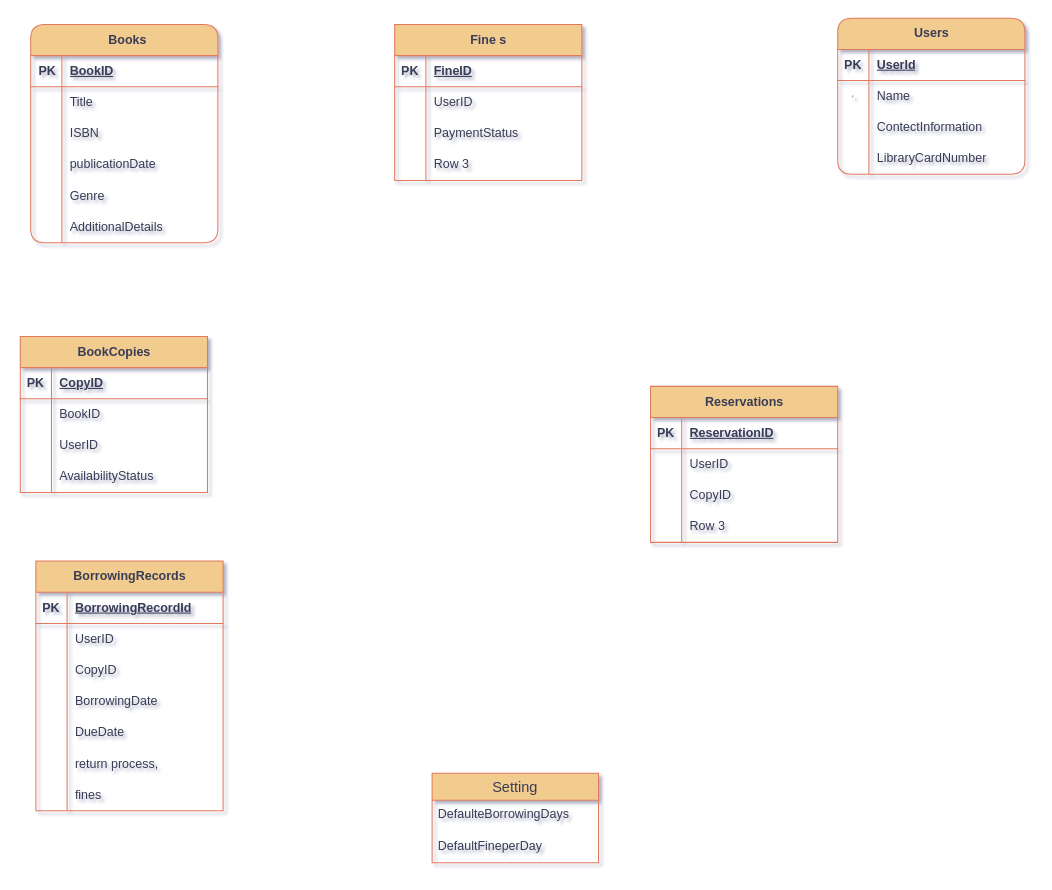
Earlier version of the draw.io diagram Library.drawio (azizadiab/DataBase). Source tidied: cells renumbered, new cells numbered last; positions are measured from the earlier drawing's top-left corner, leaving out a move shared by most shapes. Both pictures are drawn from the tidied source at 104%, with x=0, y=0 at pixel (20, 18).
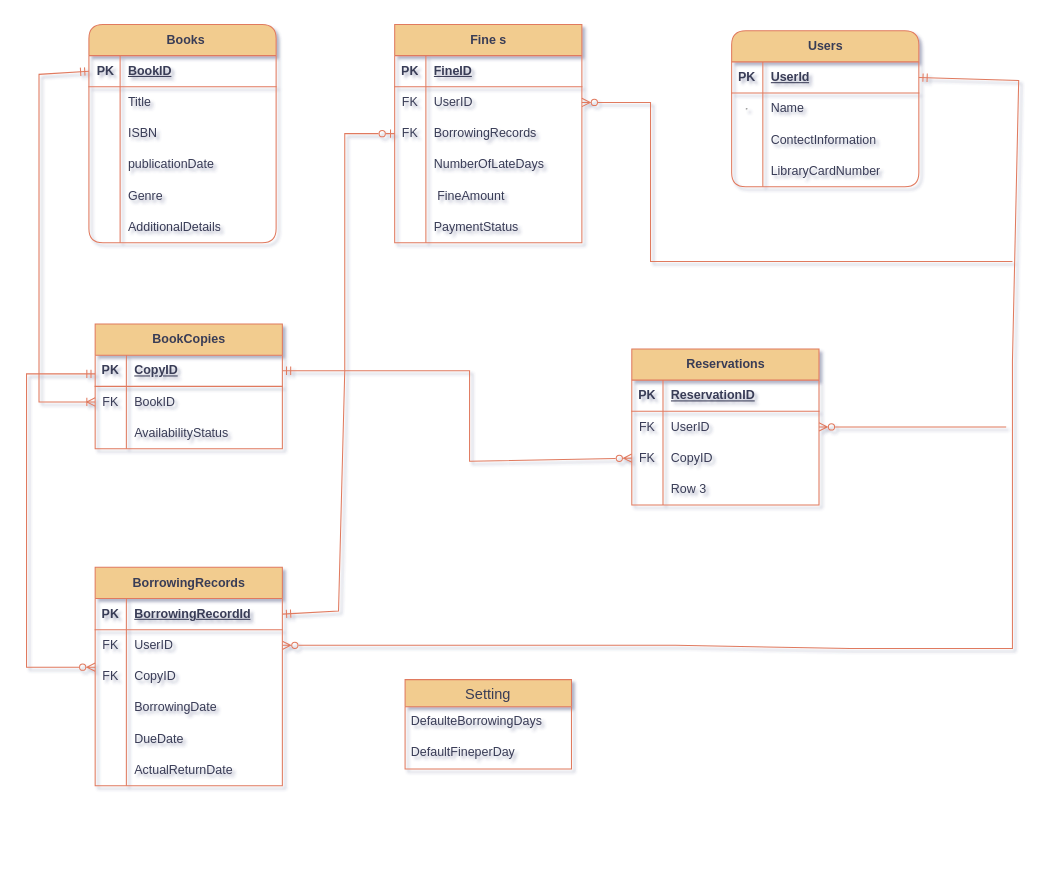
Above is the later version.

Unchanged cells that the change refers to:
```xml
<mxCell id="3" style="shape=tableRow;horizontal=0;startSize=0;swimlaneHead=0;swimlaneBody=0;fillColor=none;points=[[0,0.5],[1,0.5]];portConstraint=eastwest;top=0;left=0;right=0;bottom=1;labelBackgroundColor=none;strokeColor=#E07A5F;fontColor=#393C56;rounded=1;" parent="2" vertex="1">
  <mxGeometry y="30" width="180" height="30" as="geometry" />
</mxCell>
<mxCell id="16" style="shape=tableRow;horizontal=0;startSize=0;swimlaneHead=0;swimlaneBody=0;fillColor=none;points=[[0,0.5],[1,0.5]];portConstraint=eastwest;top=0;left=0;right=0;bottom=1;align=left;verticalAlign=middle;spacingLeft=6;fontFamily=Helvetica;fontSize=12;labelBackgroundColor=none;strokeColor=#E07A5F;fontColor=#393C56;rounded=1;" parent="15" vertex="1">
  <mxGeometry y="30" width="180" height="30" as="geometry" />
</mxCell>
<mxCell id="35" style="shape=tableRow;horizontal=0;startSize=0;swimlaneHead=0;swimlaneBody=0;fillColor=none;points=[[0,0.5],[1,0.5]];portConstraint=eastwest;top=0;left=0;right=0;bottom=1;strokeColor=#E07A5F;fontColor=#393C56;" parent="34" vertex="1">
  <mxGeometry y="30" width="180" height="30" as="geometry" />
</mxCell>
<mxCell id="38" style="shape=tableRow;horizontal=0;startSize=0;swimlaneHead=0;swimlaneBody=0;fillColor=none;points=[[0,0.5],[1,0.5]];portConstraint=eastwest;top=0;left=0;right=0;bottom=0;strokeColor=#E07A5F;fontColor=#393C56;" parent="34" vertex="1">
  <mxGeometry y="60" width="180" height="30" as="geometry" />
</mxCell>
<mxCell id="48" style="shape=tableRow;horizontal=0;startSize=0;swimlaneHead=0;swimlaneBody=0;fillColor=none;points=[[0,0.5],[1,0.5]];portConstraint=eastwest;top=0;left=0;right=0;bottom=1;strokeColor=#E07A5F;fontColor=#393C56;" parent="47" vertex="1">
  <mxGeometry y="30" width="180" height="30" as="geometry" />
</mxCell>
<mxCell id="51" style="shape=tableRow;horizontal=0;startSize=0;swimlaneHead=0;swimlaneBody=0;fillColor=none;points=[[0,0.5],[1,0.5]];portConstraint=eastwest;top=0;left=0;right=0;bottom=0;strokeColor=#E07A5F;fontColor=#393C56;" parent="47" vertex="1">
  <mxGeometry y="60" width="180" height="30" as="geometry" />
</mxCell>
<mxCell id="54" style="shape=tableRow;horizontal=0;startSize=0;swimlaneHead=0;swimlaneBody=0;fillColor=none;top=0;left=0;right=0;bottom=0;strokeColor=#E07A5F;fontColor=#393C56;" parent="47" vertex="1">
  <mxGeometry y="90" width="180" height="30" as="geometry" />
</mxCell>
<mxCell id="63" style="shape=tableRow;horizontal=0;startSize=0;swimlaneHead=0;swimlaneBody=0;fillColor=none;top=0;left=0;right=0;bottom=0;strokeColor=#E07A5F;fontColor=#393C56;" parent="47" vertex="1">
  <mxGeometry y="180" width="180" height="30" as="geometry" />
</mxCell>
<mxCell id="76" style="shape=tableRow;horizontal=0;startSize=0;swimlaneHead=0;swimlaneBody=0;fillColor=none;points=[[0,0.5],[1,0.5]];portConstraint=eastwest;top=0;left=0;right=0;bottom=0;strokeColor=#E07A5F;fontColor=#393C56;" parent="72" vertex="1">
  <mxGeometry y="60" width="180" height="30" as="geometry" />
</mxCell>
<mxCell id="79" style="shape=tableRow;horizontal=0;startSize=0;swimlaneHead=0;swimlaneBody=0;fillColor=none;points=[[0,0.5],[1,0.5]];portConstraint=eastwest;top=0;left=0;right=0;bottom=0;strokeColor=#E07A5F;fontColor=#393C56;" parent="72" vertex="1">
  <mxGeometry y="90" width="180" height="30" as="geometry" />
</mxCell>
<mxCell id="89" style="shape=tableRow;horizontal=0;startSize=0;swimlaneHead=0;swimlaneBody=0;fillColor=none;points=[[0,0.5],[1,0.5]];portConstraint=eastwest;top=0;left=0;right=0;bottom=0;strokeColor=#E07A5F;fontColor=#393C56;" parent="85" vertex="1">
  <mxGeometry y="60" width="180" height="30" as="geometry" />
</mxCell>
<mxCell id="92" style="shape=tableRow;horizontal=0;startSize=0;swimlaneHead=0;swimlaneBody=0;fillColor=none;points=[[0,0.5],[1,0.5]];portConstraint=eastwest;top=0;left=0;right=0;bottom=0;strokeColor=#E07A5F;fontColor=#393C56;" parent="85" vertex="1">
  <mxGeometry y="90" width="180" height="30" as="geometry" />
</mxCell>
<mxCell id="95" style="shape=tableRow;horizontal=0;startSize=0;swimlaneHead=0;swimlaneBody=0;fillColor=none;top=0;left=0;right=0;bottom=0;strokeColor=#E07A5F;fontColor=#393C56;" parent="85" vertex="1">
  <mxGeometry y="120" width="180" height="30" as="geometry" />
</mxCell>
```

Diff of the diagram source:
```diff
@@
     <mxCell id="2" value="Users" style="shape=table;startSize=30;childLayout=tableLayout;rowLines=0;fontStyle=1;align=center;html=1;absoluteArcSize=0;labelBackgroundColor=none;fillColor=#F2CC8F;strokeColor=#E07A5F;fontColor=#393C56;rounded=1;" parent="1" vertex="1">
-      <mxGeometry x="786" width="180" height="150" as="geometry" />
+      <mxGeometry x="684" y="12" width="180" height="150" as="geometry" />
     </mxCell>
@@
     <mxCell id="15" value="Books" style="shape=table;startSize=30;childLayout=tableLayout;rowLines=0;fontStyle=1;align=center;html=1;verticalAlign=middle;spacingLeft=6;fontFamily=Helvetica;fontSize=12;fillColor=#F2CC8F;labelBackgroundColor=none;strokeColor=#E07A5F;rounded=1;fontColor=#393C56;" parent="1" vertex="1">
-      <mxGeometry x="10" y="6" width="180" height="210" as="geometry" />
+      <mxGeometry x="66" y="6" width="180" height="210" as="geometry" />
     </mxCell>
@@
     <mxCell id="34" value="BookCopies" style="shape=table;startSize=30;childLayout=tableLayout;rowLines=0;fontStyle=1;align=center;html=1;strokeColor=#E07A5F;fontColor=#393C56;fillColor=#F2CC8F;" parent="1" vertex="1">
-      <mxGeometry y="306" width="180" height="150" as="geometry" />
+      <mxGeometry x="72" y="294" width="180" height="120" as="geometry" />
     </mxCell>
@@
-    <mxCell id="39" style="shape=partialRectangle;fillColor=none;top=0;left=0;bottom=0;right=0;overflow=hidden;whiteSpace=wrap;html=1;strokeColor=#E07A5F;fontColor=#393C56;" parent="38" vertex="1">
+    <mxCell id="39" value="FK" style="shape=partialRectangle;fillColor=none;top=0;left=0;bottom=0;right=0;overflow=hidden;whiteSpace=wrap;html=1;strokeColor=#E07A5F;fontColor=#393C56;" parent="38" vertex="1">
       <mxGeometry width="30" height="30" as="geometry" />
     </mxCell>
@@
-    <mxCell id="41" style="shape=tableRow;horizontal=0;startSize=0;swimlaneHead=0;swimlaneBody=0;fillColor=none;top=0;left=0;right=0;bottom=0;strokeColor=#E07A5F;fontColor=#393C56;" parent="34" vertex="1">
-      <mxGeometry y="90" width="180" height="30" as="geometry" />
-    </mxCell>
-    <mxCell id="42" style="shape=partialRectangle;fillColor=none;top=0;left=0;bottom=0;right=0;overflow=hidden;whiteSpace=wrap;html=1;strokeColor=#E07A5F;fontColor=#393C56;" parent="41" vertex="1">
-      <mxGeometry width="30" height="30" as="geometry" />
-    </mxCell>
-    <mxCell id="43" value="UserID" style="shape=partialRectangle;fillColor=none;top=0;left=0;bottom=0;right=0;align=left;spacingLeft=6;overflow=hidden;whiteSpace=wrap;html=1;strokeColor=#E07A5F;fontColor=#393C56;" parent="41" vertex="1">
-      <mxGeometry x="30" width="150" height="30" as="geometry" />
-    </mxCell>
     <mxCell id="44" style="shape=tableRow;horizontal=0;startSize=0;swimlaneHead=0;swimlaneBody=0;fillColor=none;top=0;left=0;right=0;bottom=0;strokeColor=#E07A5F;fontColor=#393C56;" parent="34" vertex="1">
-      <mxGeometry y="120" width="180" height="30" as="geometry" />
+      <mxGeometry y="90" width="180" height="30" as="geometry" />
     </mxCell>
@@
     <mxCell id="47" value="BorrowingRecords" style="shape=table;startSize=30;childLayout=tableLayout;rowLines=0;fontStyle=1;align=center;html=1;strokeColor=#E07A5F;fontColor=#393C56;fillColor=#F2CC8F;" parent="1" vertex="1">
-      <mxGeometry x="15" y="522" width="180" height="240" as="geometry" />
+      <mxGeometry x="72" y="528" width="180" height="210" as="geometry" />
     </mxCell>
@@
-    <mxCell id="52" style="shape=partialRectangle;fillColor=none;top=0;left=0;bottom=0;right=0;overflow=hidden;whiteSpace=wrap;html=1;strokeColor=#E07A5F;fontColor=#393C56;" parent="51" vertex="1">
+    <mxCell id="52" value="FK" style="shape=partialRectangle;fillColor=none;top=0;left=0;bottom=0;right=0;overflow=hidden;whiteSpace=wrap;html=1;strokeColor=#E07A5F;fontColor=#393C56;" parent="51" vertex="1">
       <mxGeometry width="30" height="30" as="geometry" />
     </mxCell>
@@
-    <mxCell id="55" style="shape=partialRectangle;fillColor=none;top=0;left=0;bottom=0;right=0;overflow=hidden;whiteSpace=wrap;html=1;strokeColor=#E07A5F;fontColor=#393C56;" parent="54" vertex="1">
+    <mxCell id="55" value="FK" style="shape=partialRectangle;fillColor=none;top=0;left=0;bottom=0;right=0;overflow=hidden;whiteSpace=wrap;html=1;strokeColor=#E07A5F;fontColor=#393C56;" parent="54" vertex="1">
       <mxGeometry width="30" height="30" as="geometry" />
     </mxCell>
@@
-    <mxCell id="65" value="return process," style="shape=partialRectangle;fillColor=none;top=0;left=0;bottom=0;right=0;align=left;spacingLeft=6;overflow=hidden;whiteSpace=wrap;html=1;strokeColor=#E07A5F;fontColor=#393C56;" parent="63" vertex="1">
+    <mxCell id="65" value="ActualReturnDate" style="shape=partialRectangle;fillColor=none;top=0;left=0;bottom=0;right=0;align=left;spacingLeft=6;overflow=hidden;whiteSpace=wrap;html=1;strokeColor=#E07A5F;fontColor=#393C56;" parent="63" vertex="1">
       <mxGeometry x="30" width="150" height="30" as="geometry" />
     </mxCell>
-    <mxCell id="66" style="shape=tableRow;horizontal=0;startSize=0;swimlaneHead=0;swimlaneBody=0;fillColor=none;top=0;left=0;right=0;bottom=0;strokeColor=#E07A5F;fontColor=#393C56;" parent="47" vertex="1">
-      <mxGeometry y="210" width="180" height="30" as="geometry" />
-    </mxCell>
-    <mxCell id="67" style="shape=partialRectangle;fillColor=none;top=0;left=0;bottom=0;right=0;overflow=hidden;whiteSpace=wrap;html=1;strokeColor=#E07A5F;fontColor=#393C56;" parent="66" vertex="1">
-      <mxGeometry width="30" height="30" as="geometry" />
-    </mxCell>
-    <mxCell id="68" value="fines&amp;nbsp;" style="shape=partialRectangle;fillColor=none;top=0;left=0;bottom=0;right=0;align=left;spacingLeft=6;overflow=hidden;whiteSpace=wrap;html=1;strokeColor=#E07A5F;fontColor=#393C56;" parent="66" vertex="1">
-      <mxGeometry x="30" width="150" height="30" as="geometry" />
-    </mxCell>
     <mxCell id="69" value="Setting" style="swimlane;fontStyle=0;horizontal=1;startSize=26;align=center;fontSize=14;strokeColor=#E07A5F;fontColor=#393C56;fillColor=#F2CC8F;" parent="1" vertex="1">
-      <mxGeometry x="396" y="726" width="160" height="86" as="geometry" />
+      <mxGeometry x="370" y="636" width="160" height="86" as="geometry" />
     </mxCell>
@@
     <mxCell id="72" value="Reservations" style="shape=table;startSize=30;childLayout=tableLayout;rowLines=0;fontStyle=1;align=center;html=1;strokeColor=#E07A5F;fontColor=#393C56;fillColor=#F2CC8F;" parent="1" vertex="1">
-      <mxGeometry x="606" y="354" width="180" height="150" as="geometry" />
+      <mxGeometry x="588" y="318" width="180" height="150" as="geometry" />
     </mxCell>
@@
-    <mxCell id="77" style="shape=partialRectangle;fillColor=none;top=0;left=0;bottom=0;right=0;overflow=hidden;whiteSpace=wrap;html=1;strokeColor=#E07A5F;fontColor=#393C56;" parent="76" vertex="1">
+    <mxCell id="77" value="FK" style="shape=partialRectangle;fillColor=none;top=0;left=0;bottom=0;right=0;overflow=hidden;whiteSpace=wrap;html=1;strokeColor=#E07A5F;fontColor=#393C56;" parent="76" vertex="1">
       <mxGeometry width="30" height="30" as="geometry" />
     </mxCell>
@@
-    <mxCell id="80" style="shape=partialRectangle;fillColor=none;top=0;left=0;bottom=0;right=0;overflow=hidden;whiteSpace=wrap;html=1;strokeColor=#E07A5F;fontColor=#393C56;" parent="79" vertex="1">
+    <mxCell id="80" value="FK" style="shape=partialRectangle;fillColor=none;top=0;left=0;bottom=0;right=0;overflow=hidden;whiteSpace=wrap;html=1;strokeColor=#E07A5F;fontColor=#393C56;" parent="79" vertex="1">
       <mxGeometry width="30" height="30" as="geometry" />
     </mxCell>
@@
     <mxCell id="85" value="Fine s" style="shape=table;startSize=30;childLayout=tableLayout;rowLines=0;fontStyle=1;align=center;html=1;strokeColor=#E07A5F;fontColor=#393C56;fillColor=#F2CC8F;" parent="1" vertex="1">
-      <mxGeometry x="360" y="6" width="180" height="150" as="geometry" />
+      <mxGeometry x="360" y="6" width="180" height="210" as="geometry" />
     </mxCell>
@@
-    <mxCell id="90" style="shape=partialRectangle;fillColor=none;top=0;left=0;bottom=0;right=0;overflow=hidden;whiteSpace=wrap;html=1;strokeColor=#E07A5F;fontColor=#393C56;" parent="89" vertex="1">
+    <mxCell id="90" value="FK" style="shape=partialRectangle;fillColor=none;top=0;left=0;bottom=0;right=0;overflow=hidden;whiteSpace=wrap;html=1;strokeColor=#E07A5F;fontColor=#393C56;" parent="89" vertex="1">
       <mxGeometry width="30" height="30" as="geometry" />
     </mxCell>
@@
-    <mxCell id="93" style="shape=partialRectangle;fillColor=none;top=0;left=0;bottom=0;right=0;overflow=hidden;whiteSpace=wrap;html=1;strokeColor=#E07A5F;fontColor=#393C56;" parent="92" vertex="1">
+    <mxCell id="93" value="FK" style="shape=partialRectangle;fillColor=none;top=0;left=0;bottom=0;right=0;overflow=hidden;whiteSpace=wrap;html=1;strokeColor=#E07A5F;fontColor=#393C56;" parent="92" vertex="1">
       <mxGeometry width="30" height="30" as="geometry" />
     </mxCell>
-    <mxCell id="94" value="PaymentStatus" style="shape=partialRectangle;fillColor=none;top=0;left=0;bottom=0;right=0;align=left;spacingLeft=6;overflow=hidden;whiteSpace=wrap;html=1;strokeColor=#E07A5F;fontColor=#393C56;" parent="92" vertex="1">
+    <mxCell id="94" value="BorrowingRecords" style="shape=partialRectangle;fillColor=none;top=0;left=0;bottom=0;right=0;align=left;spacingLeft=6;overflow=hidden;whiteSpace=wrap;html=1;strokeColor=#E07A5F;fontColor=#393C56;" parent="92" vertex="1">
       <mxGeometry x="30" width="150" height="30" as="geometry" />
     </mxCell>
@@
-    <mxCell id="97" value="Row 3" style="shape=partialRectangle;fillColor=none;top=0;left=0;bottom=0;right=0;align=left;spacingLeft=6;overflow=hidden;whiteSpace=wrap;html=1;strokeColor=#E07A5F;fontColor=#393C56;" parent="95" vertex="1">
+    <mxCell id="97" value="NumberOfLateDays" style="shape=partialRectangle;fillColor=none;top=0;left=0;bottom=0;right=0;align=left;spacingLeft=6;overflow=hidden;whiteSpace=wrap;html=1;strokeColor=#E07A5F;fontColor=#393C56;" parent="95" vertex="1">
       <mxGeometry x="30" width="150" height="30" as="geometry" />
     </mxCell>
+    <mxCell id="98" style="shape=tableRow;horizontal=0;startSize=0;swimlaneHead=0;swimlaneBody=0;fillColor=none;top=0;left=0;right=0;bottom=0;strokeColor=#E07A5F;fontColor=#393C56;" parent="85" vertex="1">
+      <mxGeometry y="150" width="180" height="30" as="geometry" />
+    </mxCell>
+    <mxCell id="99" style="shape=partialRectangle;fillColor=none;top=0;left=0;bottom=0;right=0;overflow=hidden;whiteSpace=wrap;html=1;strokeColor=#E07A5F;fontColor=#393C56;" parent="98" vertex="1">
+      <mxGeometry width="30" height="30" as="geometry" />
+    </mxCell>
+    <mxCell id="100" value="&amp;nbsp;FineAmount&amp;nbsp;" style="shape=partialRectangle;fillColor=none;top=0;left=0;bottom=0;right=0;align=left;spacingLeft=6;overflow=hidden;whiteSpace=wrap;html=1;strokeColor=#E07A5F;fontColor=#393C56;" parent="98" vertex="1">
+      <mxGeometry x="30" width="150" height="30" as="geometry" />
+    </mxCell>
+    <mxCell id="101" style="shape=tableRow;horizontal=0;startSize=0;swimlaneHead=0;swimlaneBody=0;fillColor=none;top=0;left=0;right=0;bottom=0;strokeColor=#E07A5F;fontColor=#393C56;" parent="85" vertex="1">
+      <mxGeometry y="180" width="180" height="30" as="geometry" />
+    </mxCell>
+    <mxCell id="102" style="shape=partialRectangle;fillColor=none;top=0;left=0;bottom=0;right=0;overflow=hidden;whiteSpace=wrap;html=1;strokeColor=#E07A5F;fontColor=#393C56;" parent="101" vertex="1">
+      <mxGeometry width="30" height="30" as="geometry" />
+    </mxCell>
+    <mxCell id="103" value="PaymentStatus" style="shape=partialRectangle;fillColor=none;top=0;left=0;bottom=0;right=0;align=left;spacingLeft=6;overflow=hidden;whiteSpace=wrap;html=1;strokeColor=#E07A5F;fontColor=#393C56;" parent="101" vertex="1">
+      <mxGeometry x="30" width="150" height="30" as="geometry" />
+    </mxCell>
+    <mxCell id="104" style="endArrow=ERmandOne;html=1;rounded=0;strokeColor=#E07A5F;fontColor=#393C56;fillColor=#F2CC8F;entryX=0;entryY=0.5;entryDx=0;entryDy=0;exitX=0;exitY=0.5;exitDx=0;exitDy=0;endFill=0;startArrow=ERoneToMany;startFill=0;targetPerimeterSpacing=2;sourcePerimeterSpacing=2;" parent="1" edge="1" source="38" target="16">
+      <mxGeometry relative="1" as="geometry">
+        <Array as="points">
+          <mxPoint x="18" y="369" />
+          <mxPoint x="18" y="204" />
+          <mxPoint x="18" y="54" />
+        </Array>
+      </mxGeometry>
+    </mxCell>
+    <mxCell id="105" style="endArrow=ERmandOne;html=1;rounded=0;strokeColor=#E07A5F;fontColor=#393C56;fillColor=#F2CC8F;endFill=0;startArrow=ERzeroToMany;startFill=0;" parent="1" edge="1">
+      <mxGeometry relative="1" as="geometry">
+        <mxPoint x="72" y="624" as="sourcePoint" />
+        <mxPoint x="72" y="342" as="targetPoint" />
+        <Array as="points">
+          <mxPoint x="6" y="624" />
+          <mxPoint x="6" y="342" />
+        </Array>
+      </mxGeometry>
+    </mxCell>
+    <mxCell id="106" style="endArrow=ERmandOne;html=1;rounded=0;strokeColor=#E07A5F;fontColor=#393C56;fillColor=#F2CC8F;exitX=1;exitY=0.5;exitDx=0;exitDy=0;entryX=1;entryY=0.5;entryDx=0;entryDy=0;endFill=0;startArrow=ERzeroToMany;startFill=0;" parent="1" edge="1" source="51" target="3">
+      <mxGeometry relative="1" as="geometry">
+        <Array as="points">
+          <mxPoint x="630" y="603" />
+          <mxPoint x="798" y="606" />
+          <mxPoint x="954" y="606" />
+          <mxPoint x="954" y="330" />
+          <mxPoint x="960" y="60" />
+        </Array>
+      </mxGeometry>
+    </mxCell>
+    <mxCell id="107" style="endArrow=none;html=1;rounded=0;strokeColor=#E07A5F;fontColor=#393C56;fillColor=#F2CC8F;exitX=1;exitY=0.5;exitDx=0;exitDy=0;endFill=0;startArrow=ERzeroToMany;startFill=0;" parent="1" edge="1" source="89">
+      <mxGeometry relative="1" as="geometry">
+        <mxPoint x="954" y="234" as="targetPoint" />
+        <Array as="points">
+          <mxPoint x="606" y="81" />
+          <mxPoint x="606" y="234" />
+        </Array>
+      </mxGeometry>
+    </mxCell>
+    <mxCell id="108" style="endArrow=ERzeroToOne;html=1;rounded=0;strokeColor=#E07A5F;fontColor=#393C56;fillColor=#F2CC8F;exitX=1;exitY=0.5;exitDx=0;exitDy=0;entryX=0;entryY=0.5;entryDx=0;entryDy=0;endFill=0;startArrow=ERmandOne;startFill=0;" parent="1" edge="1" source="48" target="92">
+      <mxGeometry relative="1" as="geometry">
+        <Array as="points">
+          <mxPoint x="306" y="570" />
+          <mxPoint x="312" y="339" />
+          <mxPoint x="312" y="111" />
+        </Array>
+      </mxGeometry>
+    </mxCell>
+    <mxCell id="109" style="endArrow=ERzeroToMany;html=1;rounded=0;strokeColor=#E07A5F;fontColor=#393C56;fillColor=#F2CC8F;entryX=1;entryY=0.5;entryDx=0;entryDy=0;endFill=0;" parent="1" edge="1" target="76">
+      <mxGeometry relative="1" as="geometry">
+        <mxPoint x="948" y="393" as="sourcePoint" />
+      </mxGeometry>
+    </mxCell>
+    <mxCell id="110" style="endArrow=ERzeroToMany;html=1;rounded=0;strokeColor=#E07A5F;fontColor=#393C56;fillColor=#F2CC8F;entryX=0;entryY=0.5;entryDx=0;entryDy=0;endFill=0;exitX=1;exitY=0.5;exitDx=0;exitDy=0;startArrow=ERmandOne;startFill=0;" parent="1" edge="1" source="35" target="79">
+      <mxGeometry relative="1" as="geometry">
+        <Array as="points">
+          <mxPoint x="432" y="339" />
+          <mxPoint x="432" y="426" />
+        </Array>
+      </mxGeometry>
+    </mxCell>
```
